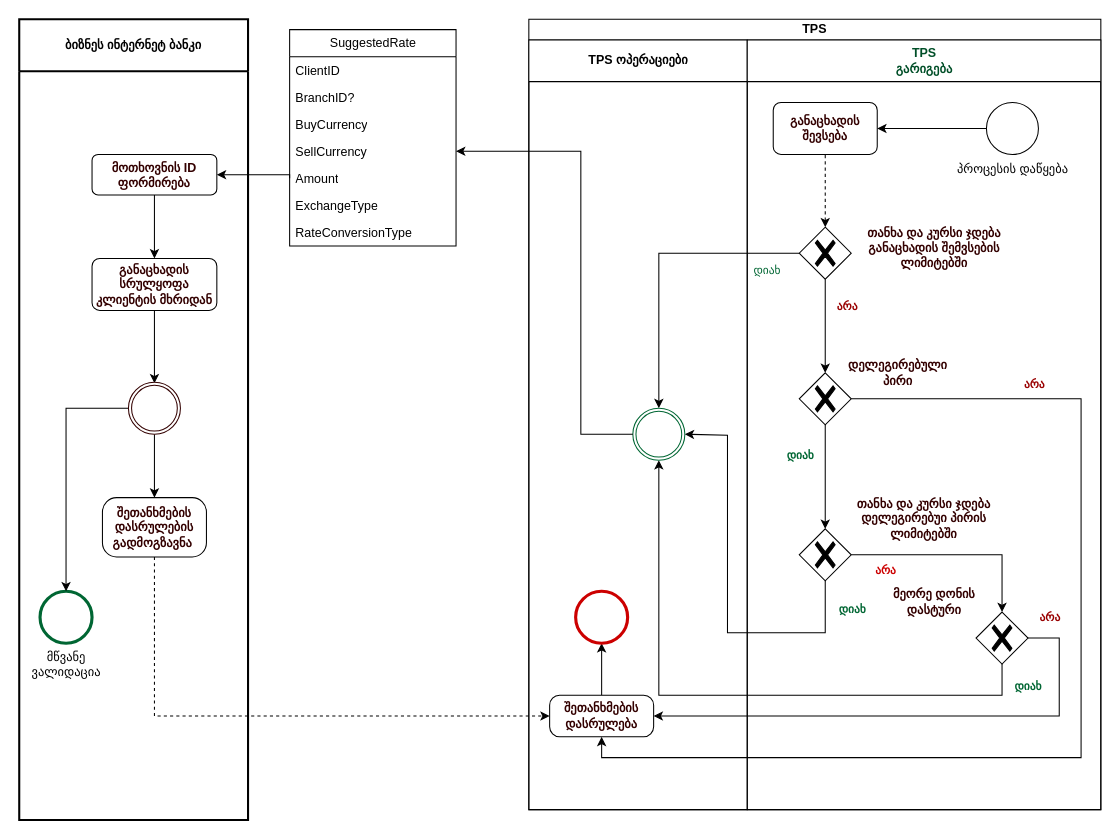
vaso514d/drawio keeps this draw.io diagram as page "შეღავთიანი კურსზე სიტყვიერი შეთანხმება" (2 of 3) of RateDealProcessDiagram.drawio. Above is the earlier version. Source tidied: cells renumbered, new cells numbered last; positions are measured from the earlier drawing's top-left corner, leaving out a move shared by most shapes. Both pictures are drawn from the tidied source at 104%, with x=0, y=0 at pixel (19, 19).
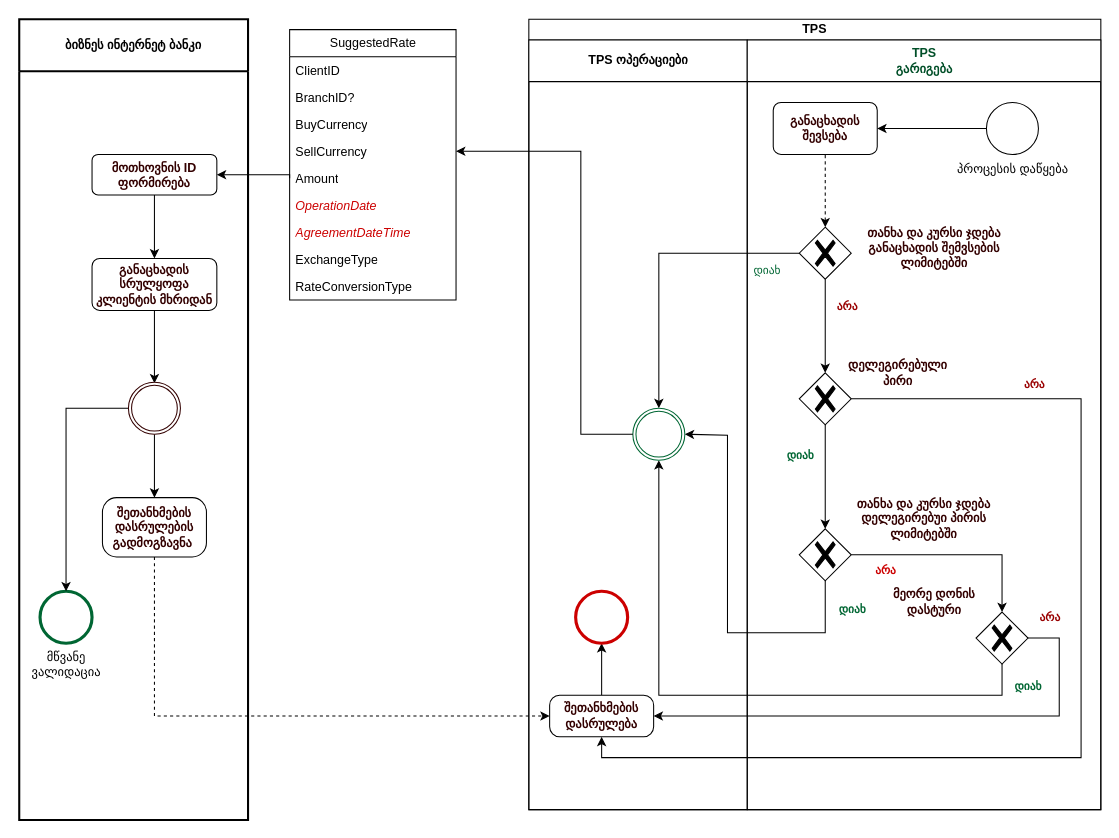
After the change.

Diff of the diagram source:
```diff
@@
     <mxCell id="46" value="SuggestedRate" style="swimlane;fontStyle=0;horizontal=1;startSize=26;fillColor=none;html=1;fontColor=#000000;" parent="1" vertex="1">
-      <mxGeometry x="260" y="10" width="160" height="208" as="geometry" />
+      <mxGeometry x="260" y="10" width="160" height="260" as="geometry" />
     </mxCell>
@@
-    <mxCell id="52" value="ExchangeType" style="text;strokeColor=none;fillColor=none;align=left;verticalAlign=top;spacingLeft=4;spacingRight=4;overflow=hidden;whiteSpace=wrap;html=1;fontColor=#000000;" parent="46" vertex="1">
+    <mxCell id="52" value="OperationDate" style="text;strokeColor=none;fillColor=none;align=left;verticalAlign=top;spacingLeft=4;spacingRight=4;overflow=hidden;whiteSpace=wrap;html=1;fontColor=#CC0000;fontStyle=2;" parent="46" vertex="1">
       <mxGeometry y="156" width="160" height="26" as="geometry" />
     </mxCell>
+    <mxCell id="57" value="AgreementDateTime" style="text;strokeColor=none;fillColor=none;align=left;verticalAlign=top;spacingLeft=4;spacingRight=4;overflow=hidden;whiteSpace=wrap;html=1;fontColor=#CC0000;fontStyle=2;" parent="46" vertex="1">
+      <mxGeometry y="182" width="160" height="26" as="geometry" />
+    </mxCell>
+    <mxCell id="58" value="ExchangeType" style="text;strokeColor=none;fillColor=none;align=left;verticalAlign=top;spacingLeft=4;spacingRight=4;overflow=hidden;whiteSpace=wrap;html=1;fontColor=#000000;" parent="46" vertex="1">
+      <mxGeometry y="208" width="160" height="26" as="geometry" />
+    </mxCell>
     <mxCell id="53" value="RateConversionType" style="text;strokeColor=none;fillColor=none;align=left;verticalAlign=top;spacingLeft=4;spacingRight=4;overflow=hidden;whiteSpace=wrap;html=1;fontColor=#000000;" parent="46" vertex="1">
-      <mxGeometry y="182" width="160" height="26" as="geometry" />
+      <mxGeometry y="234" width="160" height="26" as="geometry" />
     </mxCell>
```
